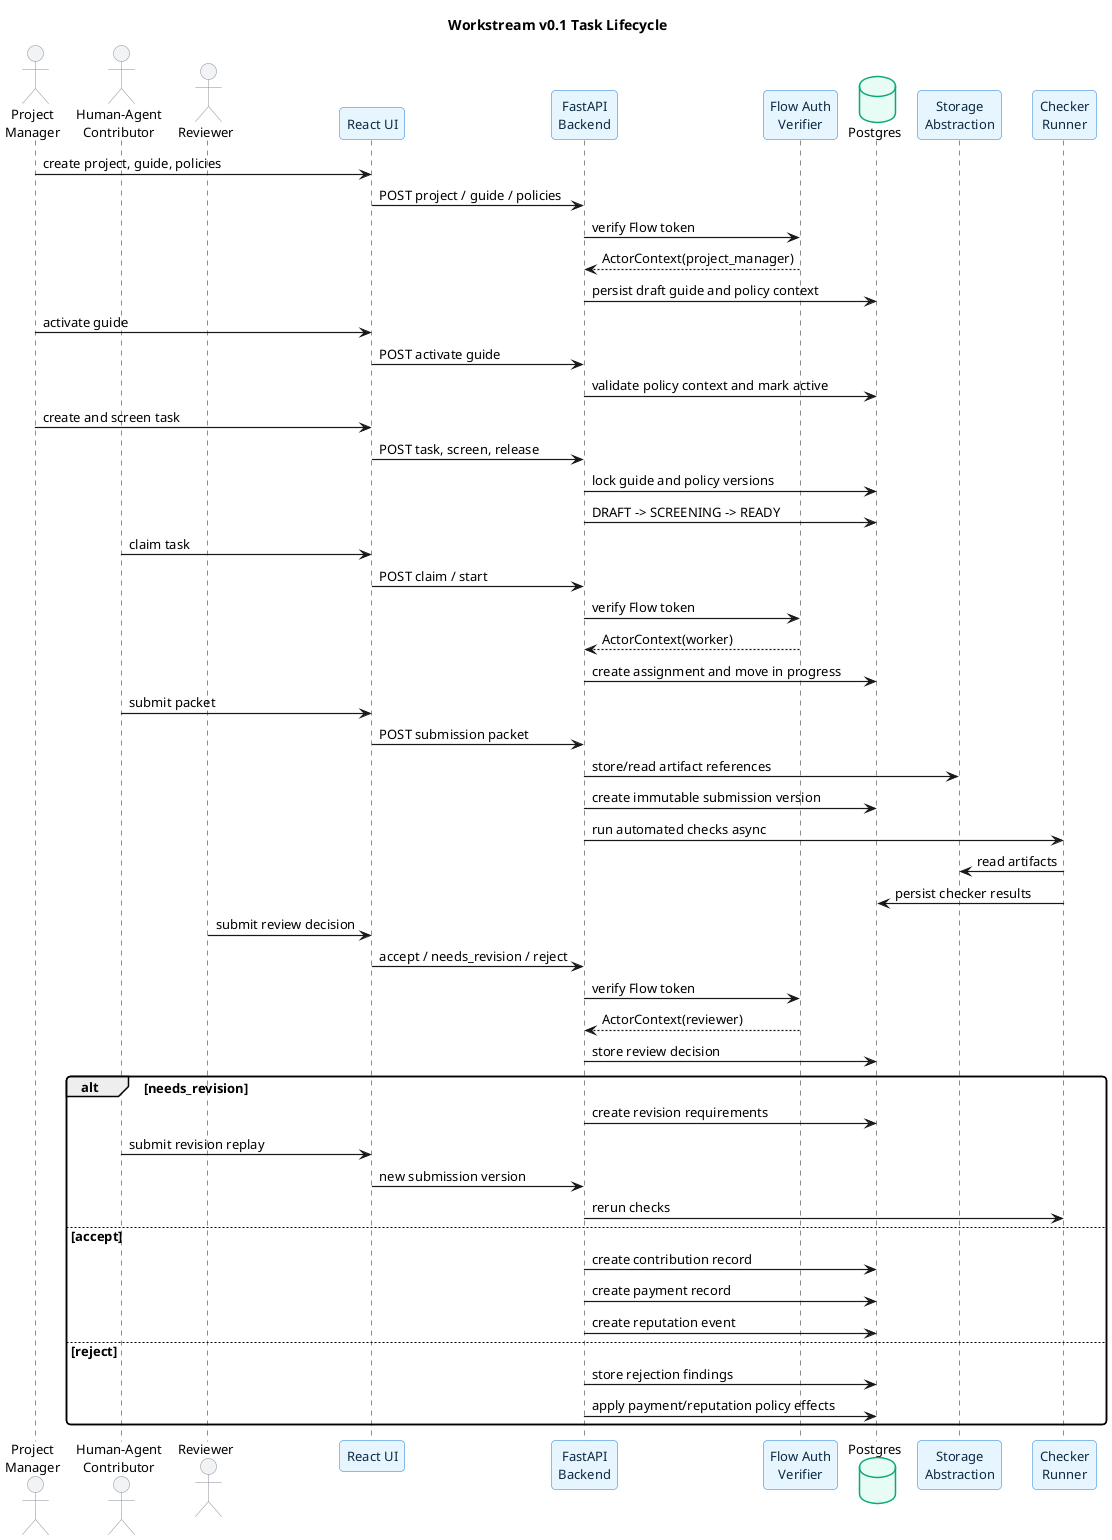
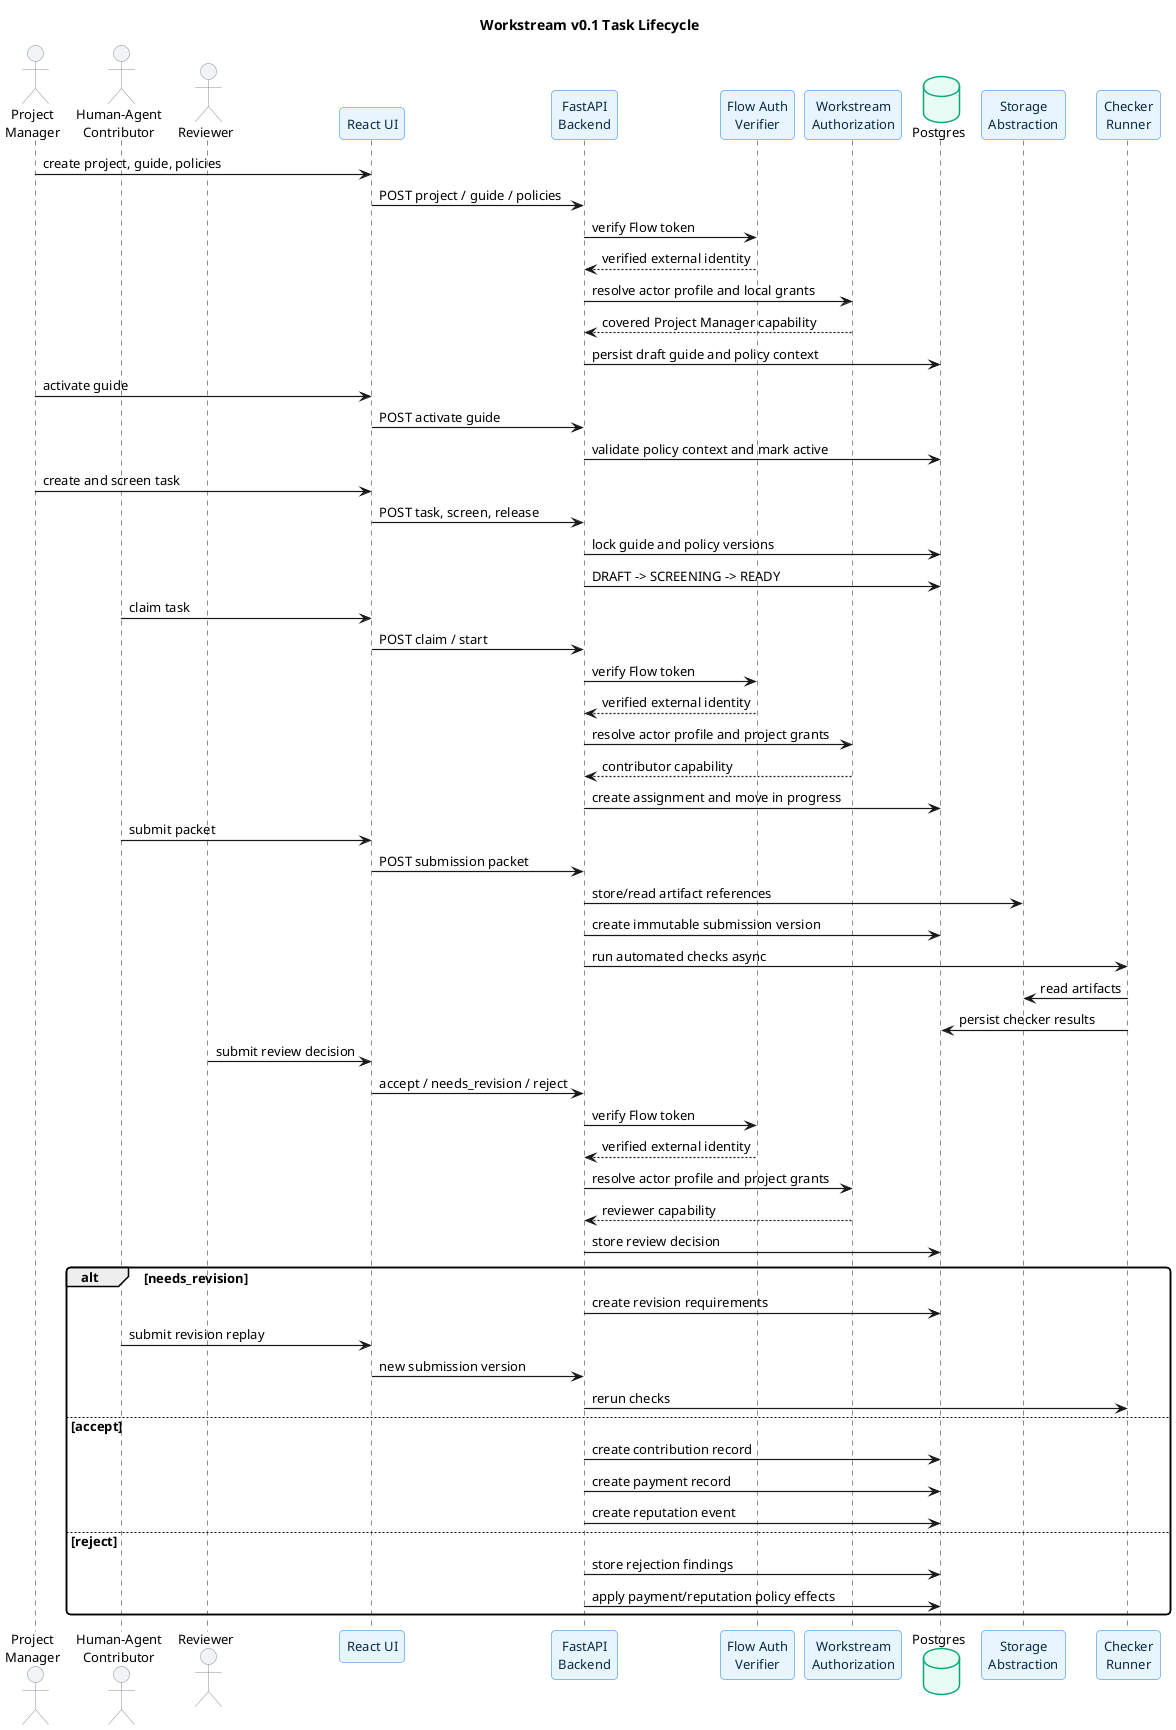
@startuml task_lifecycle_sequence
title Workstream v0.1 Task Lifecycle

skinparam backgroundColor #FFFFFF
skinparam shadowing false
skinparam roundcorner 8
skinparam defaultFontName Arial
skinparam defaultFontSize 13
skinparam SequenceArrowThickness 1.2
skinparam ParticipantBorderColor #1C7ED6
skinparam ParticipantBackgroundColor #E7F5FF
skinparam ParticipantFontColor #0B2942
skinparam ActorBorderColor #868E96
skinparam ActorBackgroundColor #F1F3F5
skinparam DatabaseBorderColor #0CA678
skinparam DatabaseBackgroundColor #E6FCF5

actor "Project\nManager" as PM
actor "Human-Agent\nContributor" as Worker
actor Reviewer
participant "React UI" as UI
participant "FastAPI\nBackend" as API
participant "Flow Auth\nVerifier" as Auth
+ participant "Workstream\nAuthorization" as Authorization
database "Postgres" as DB
participant "Storage\nAbstraction" as Storage
participant "Checker\nRunner" as Checks

PM -> UI : create project, guide, policies
UI -> API : POST project / guide / policies
API -> Auth : verify Flow token
- Auth --> API : ActorContext(project_manager)
+ Auth --> API : verified external identity
+ API -> Authorization : resolve actor profile and local grants
+ Authorization --> API : covered Project Manager capability
API -> DB : persist draft guide and policy context

PM -> UI : activate guide
UI -> API : POST activate guide
API -> DB : validate policy context and mark active

PM -> UI : create and screen task
UI -> API : POST task, screen, release
API -> DB : lock guide and policy versions
API -> DB : DRAFT -> SCREENING -> READY

Worker -> UI : claim task
UI -> API : POST claim / start
API -> Auth : verify Flow token
- Auth --> API : ActorContext(worker)
+ Auth --> API : verified external identity
+ API -> Authorization : resolve actor profile and project grants
+ Authorization --> API : contributor capability
API -> DB : create assignment and move in progress

Worker -> UI : submit packet
UI -> API : POST submission packet
API -> Storage : store/read artifact references
API -> DB : create immutable submission version

API -> Checks : run automated checks async
Checks -> Storage : read artifacts
Checks -> DB : persist checker results

Reviewer -> UI : submit review decision
UI -> API : accept / needs_revision / reject
API -> Auth : verify Flow token
- Auth --> API : ActorContext(reviewer)
+ Auth --> API : verified external identity
+ API -> Authorization : resolve actor profile and project grants
+ Authorization --> API : reviewer capability
API -> DB : store review decision

alt needs_revision
  API -> DB : create revision requirements
  Worker -> UI : submit revision replay
  UI -> API : new submission version
  API -> Checks : rerun checks
else accept
  API -> DB : create contribution record
  API -> DB : create payment record
  API -> DB : create reputation event
else reject
  API -> DB : store rejection findings
  API -> DB : apply payment/reputation policy effects
end
@enduml
